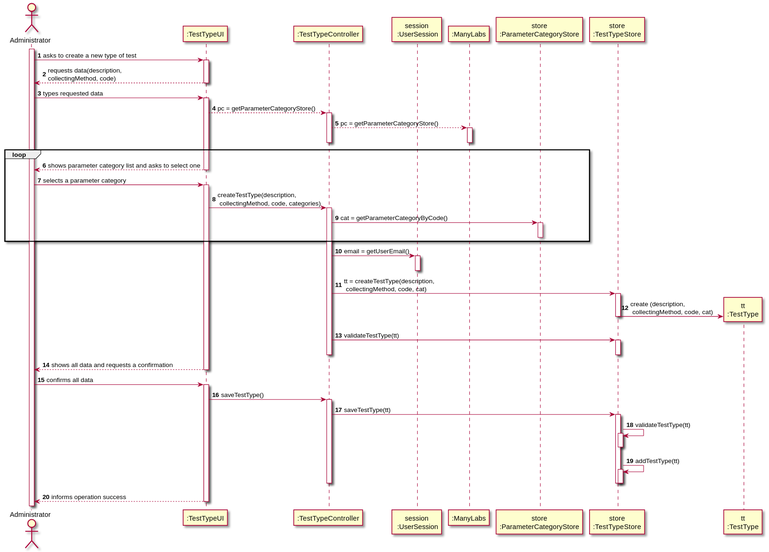
Pedromaia26/LAPR2-ISEP keeps this PlantUML diagram as docs/SprintB/US9_CreateTestType/US009_SD.svg. Above is the earlier version.
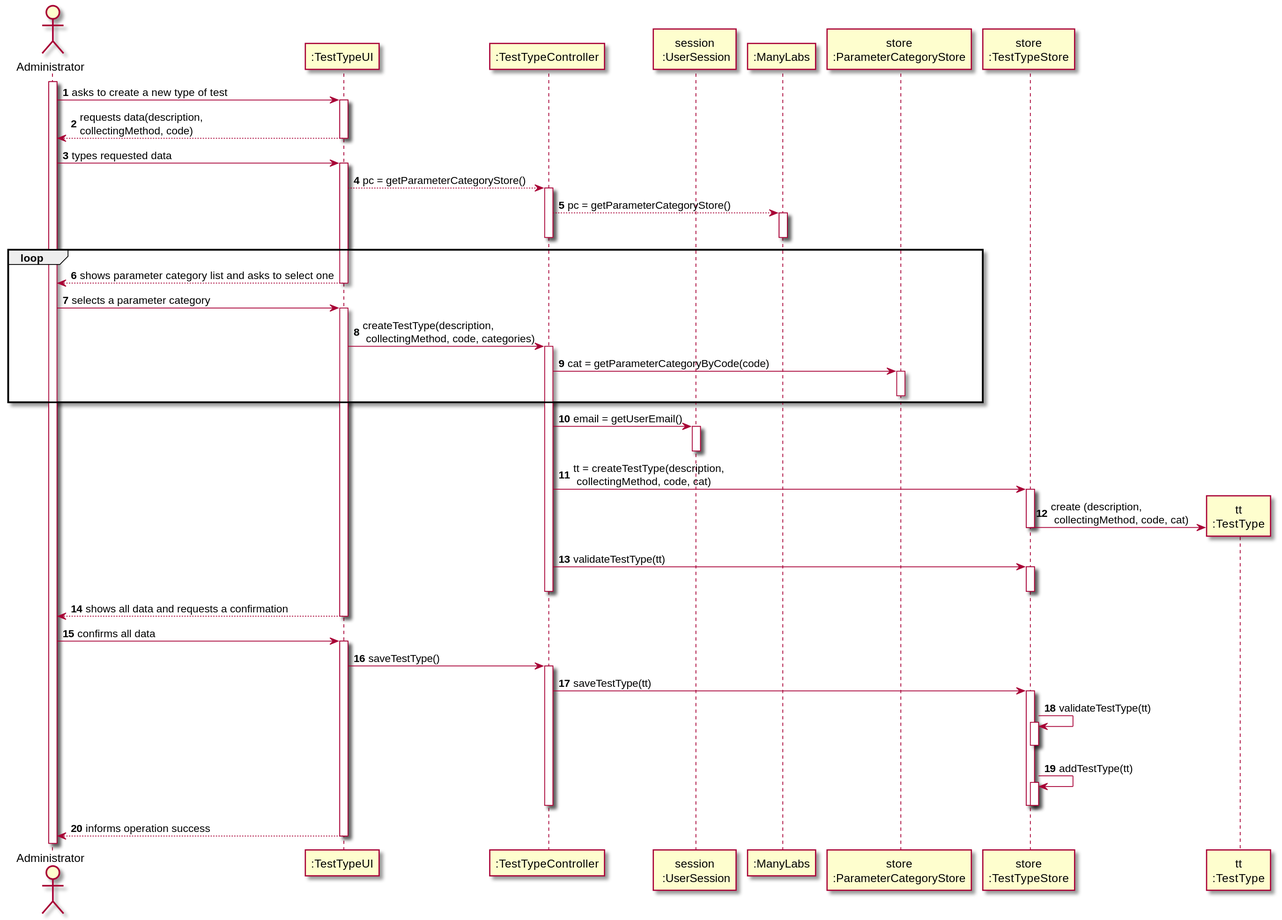
Later version of the same file.

Diff of the diagram source:
```diff
@@ -36,7 +36,7 @@
 activate UI
 UI -> TTC: createTestType(description, \n collectingMethod, code, categories)
 activate TTC
-TTC -> PCS: cat = getParameterCategoryByCode()
+TTC -> PCS: cat = getParameterCategoryByCode(code)
 activate PCS
 deactivate PCS
 end
```
